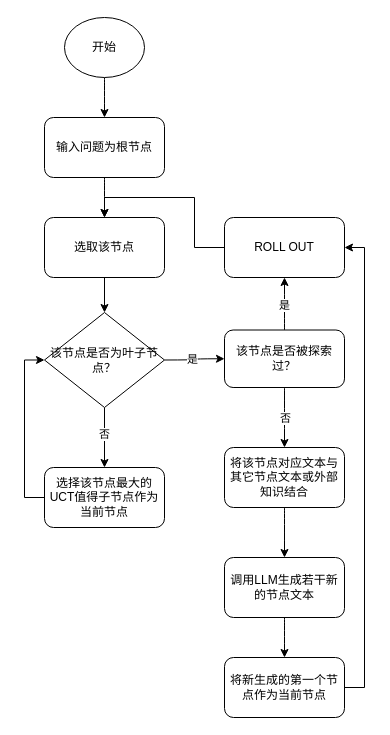
The draw.io diagram page "算法流程图" (4 of 5) of 航电专利1.drawio in fydgmy/jubilant-potato, before the edit. Source tidied: cells renumbered, new cells numbered last; positions are measured from the earlier drawing's top-left corner, leaving out a move shared by most shapes. Both pictures are drawn from the tidied source at 100%, with x=0, y=0 at pixel (44, 17).
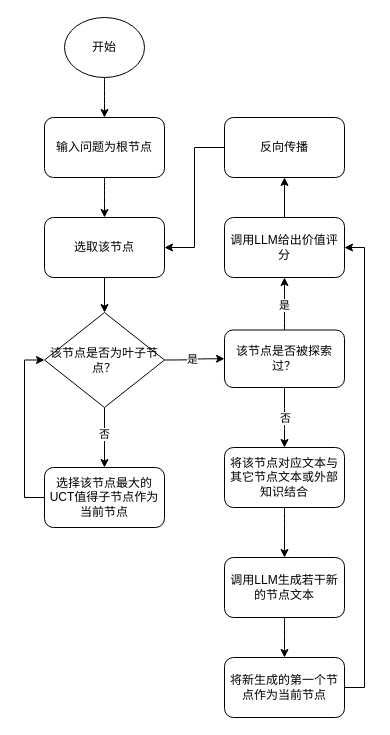
The same diagram, later.

The change refers to these unchanged cells:
```xml
<mxCell id="7" value="选取该节点" style="rounded=1;whiteSpace=wrap;html=1;" parent="1" vertex="1">
  <mxGeometry y="200" width="120" height="60" as="geometry" />
</mxCell>
```

Change to the diagram source:
```diff
@@
-    <mxCell id="26" style="edgeStyle=orthogonalEdgeStyle;rounded=0;jettySize=auto;html=1;entryX=0.5;entryY=0;entryDx=0;entryDy=0;" parent="1" edge="1" source="27" target="7">
-      <mxGeometry relative="1" as="geometry" />
-    </mxCell>
+    <mxCell id="28" style="edgeStyle=orthogonalEdgeStyle;rounded=0;jettySize=auto;html=1;" parent="1" edge="1" source="27" target="30">
+      <mxGeometry relative="1" as="geometry" />
+    </mxCell>
-    <mxCell id="27" value="ROLL OUT" style="rounded=1;whiteSpace=wrap;html=1;" parent="1" vertex="1">
+    <mxCell id="27" value="调用LLM给出价值评分" style="rounded=1;whiteSpace=wrap;html=1;" parent="1" vertex="1">
       <mxGeometry x="180" y="200" width="120" height="60" as="geometry" />
     </mxCell>
+    <mxCell id="29" style="edgeStyle=orthogonalEdgeStyle;rounded=0;jettySize=auto;html=1;entryX=1;entryY=0.5;entryDx=0;entryDy=0;" parent="1" edge="1" source="30" target="7">
+      <mxGeometry relative="1" as="geometry" />
+    </mxCell>
+    <mxCell id="30" value="反向传播" style="rounded=1;whiteSpace=wrap;html=1;" parent="1" vertex="1">
+      <mxGeometry x="180" y="100" width="120" height="60" as="geometry" />
+    </mxCell>
```
